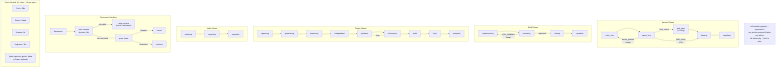
The Mermaid diagram diagrams/flow-protocol-robustness.png in sf8193/hydra, before a commit. Its source is kept beside it as diagrams/flow-protocol-robustness.mmd. The source it was exported from:
```mermaid

flowchart TD
    subgraph review_phases["Review Phases"]
        direction LR
        r_ct["critic_turn"] --> r_ot["owner_turn"]
        r_ot -- "owner_posted<br/>(loop)" --> r_ct
        r_ot -- "final_round" --> r_pp["post_pass<br/><i>(v1 only)</i>"]
        r_pp --> r_cl["cleanup"]
        r_ot -- "final_round<br/>(v2)" --> r_cl
        r_cl --> r_done["complete"]
    end

    subgraph build_phases["Build Phases"]
        direction LR
        b_impl["implementing"] --> b_rev["reviewing"]
        b_rev -- "critic_feedback<br/>(loop)" --> b_impl
        b_rev -- "approved" --> b_close["closing"]
        b_close --> b_done["complete"]
    end

    subgraph design_phases["Design Phases"]
        direction LR
        d_spawn["spawning"] --> d_q["questioning"]
        d_q --> d_a["answering"]
        d_a --> d_ind["independent"]
        d_ind --> d_syn["synthesis"]
        d_syn --> d_ref["refinement"]
        d_ref -- "loop" --> d_syn
        d_ref --> d_audit["audit"]
        d_audit --> d_brief["brief"]
        d_brief --> d_done["complete"]
    end

    subgraph spike_phases["Spike Phases"]
        direction LR
        s_exp["exploring"] --> s_rep["reporting"]
        s_rep --> s_done["complete"]
    end

    mutex["isThreadOccupied() — symmetric:<br/>any active protocol blocks any other.<br/>No hierarchy — first in wins."]

    subgraph disconnect["Disconnect Handling"]
        direction LR
        disc["disconnect"] --> resume_check["auto-resume<br/>decision (3s)"]
        resume_check -- retryable --> auto_resume["auto-resume<br/>(up to 5 attempts)"]
        resume_check -- not retryable --> grace["grace timer"]
        grace -- timeout --> cancel["cancel"]
        grace -- reconnect --> continue["continue"]
    end

    subgraph roles["Grace Periods (v1 roles / v2 per-spec)"]
        direction LR
        r1["Critic: <b>30s</b>"]
        r2["Owner: <b>2min</b>"]
        r3["Persona: <b>0s</b>"]
        r4["Singleton: <b>30s</b>"]
        r5["Spike explorer/guide: <b>2min</b><br/><i>(v2 spec-defined)</i>"]
    end
```
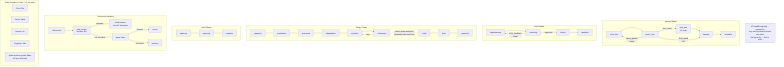
The same file after the commit.

Commit message:
fix: review round 2 — fictional module, wrong edges, audit mutation

Change to the diagram source:
```diff
@@ -26,7 +26,7 @@
         d_ind --> d_syn["synthesis"]
         d_syn --> d_ref["refinement"]
         d_ref -- "loop" --> d_syn
-        d_ref --> d_audit["audit"]
+        d_ref -. "direct phase mutation<br/>(bypasses state machine)" .-> d_audit["audit"]
         d_audit --> d_brief["brief"]
         d_brief --> d_done["complete"]
     end
```
